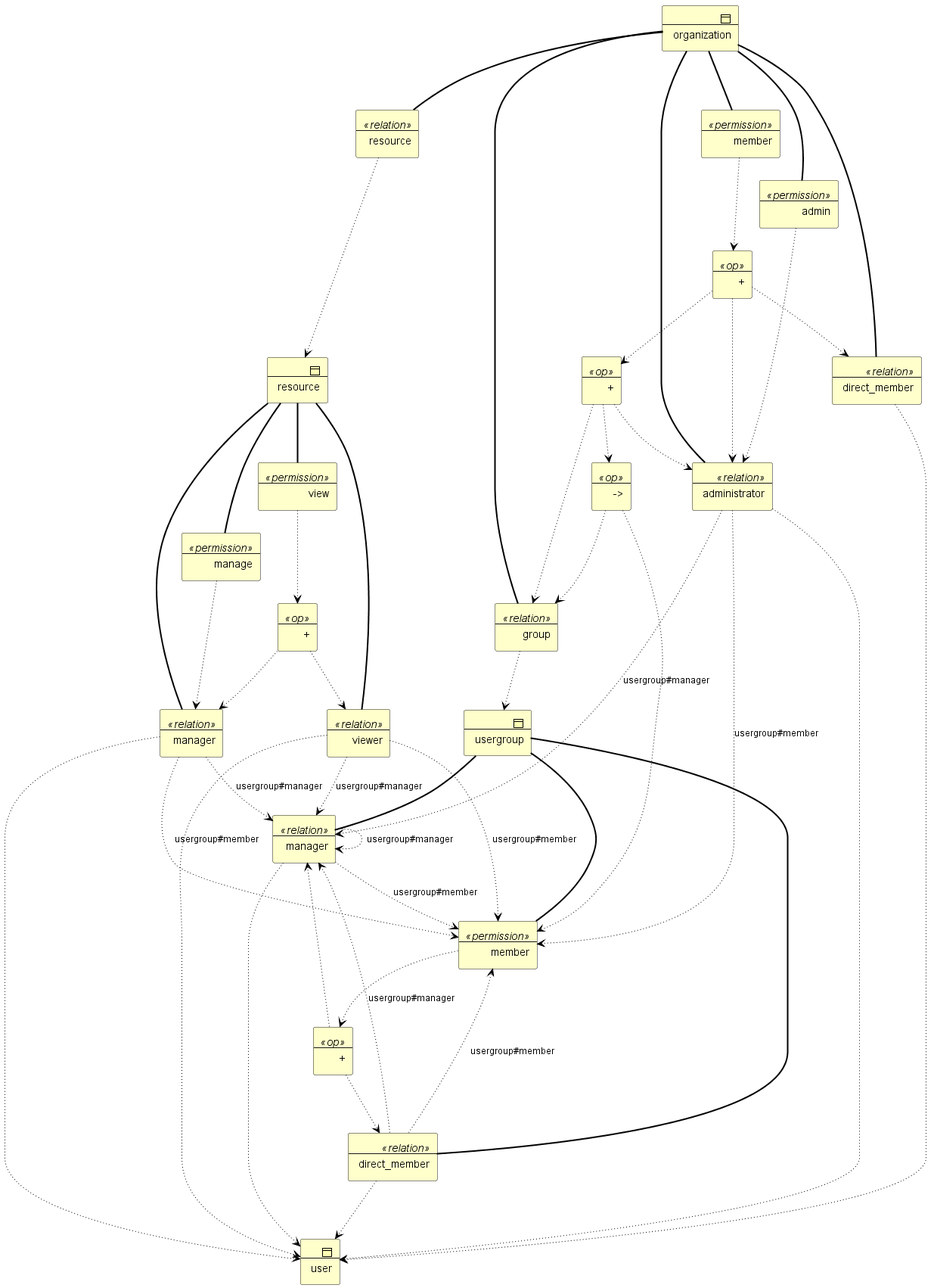
The PlantUML diagram content/posts/34-post/images/zschema10.png in jeandi7/jeandi7blog, before a commit.
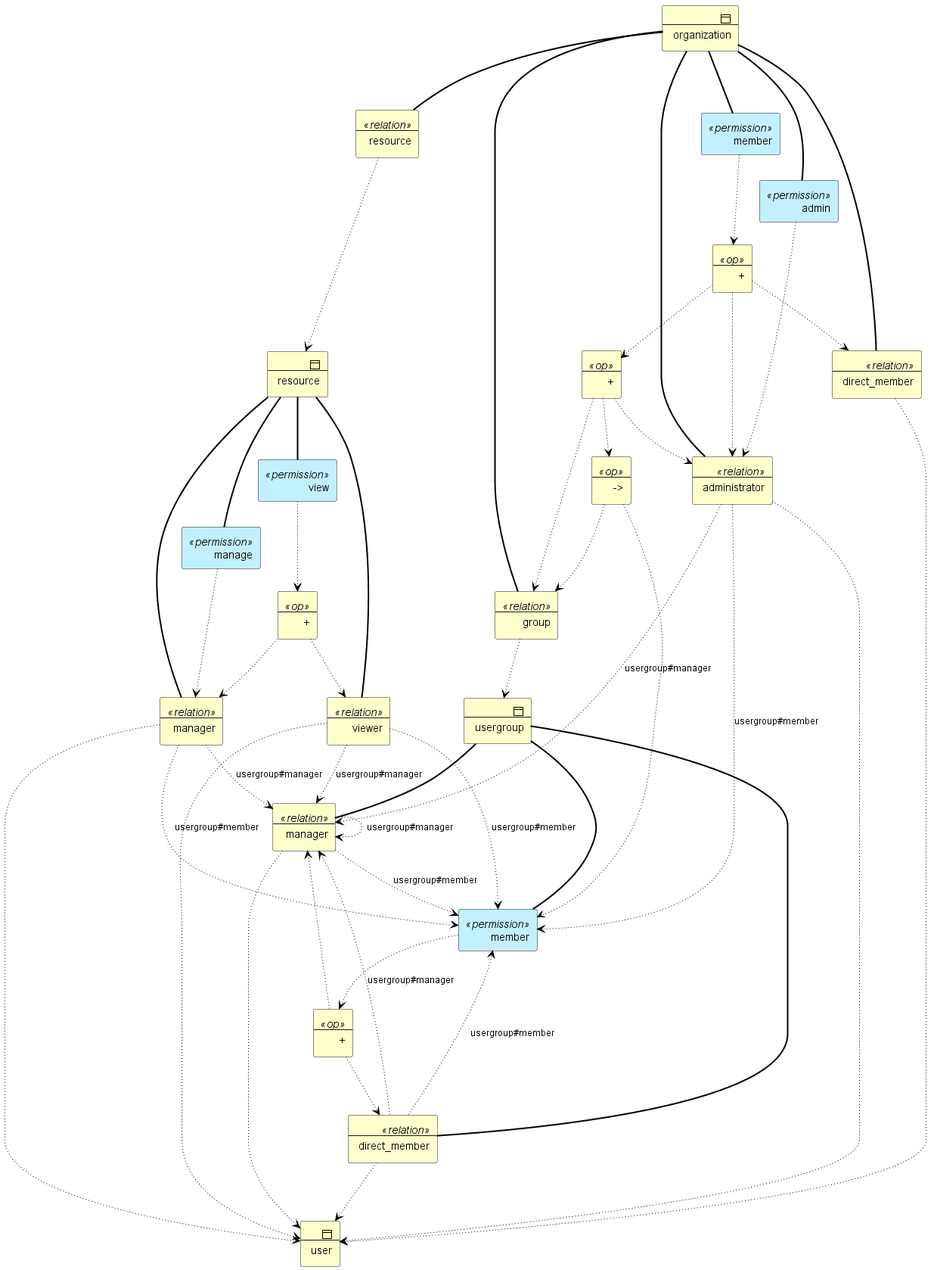
Above is the later version.

Commit message:
blue permission

Change to the diagram source:
```diff
@@ -30,25 +30,25 @@
 Business_Object(r8,"resource") <<relation>>
 Rel_Association(b4,r8)
 Rel_Access_w(r8,b2)
-Business_Object(p1,"manage") <<permission>>
+Application_Service(p1,"manage") <<permission>>
 Rel_Association(b2,p1)
 Rel_Access_w(p1,r1)
-Business_Object(p2,"view") <<permission>>
+Application_Service(p2,"view") <<permission>>
 Rel_Association(b2,p2)
 Business_Object(o1,"+") <<op>>
 Rel_Access_w(p2,o1)
 Rel_Access_w(o1,r2)
 Rel_Access_w(o1,r1)
-Business_Object(p3,"member") <<permission>>
+Application_Service(p3,"member") <<permission>>
 Rel_Association(b3,p3)
 Business_Object(o2,"+") <<op>>
 Rel_Access_w(p3,o2)
 Rel_Access_w(o2,r4)
 Rel_Access_w(o2,r3)
-Business_Object(p4,"admin") <<permission>>
+Application_Service(p4,"admin") <<permission>>
 Rel_Association(b4,p4)
 Rel_Access_w(p4,r6)
-Business_Object(p5,"member") <<permission>>
+Application_Service(p5,"member") <<permission>>
 Rel_Association(b4,p5)
 Business_Object(o3,"+") <<op>>
 Rel_Access_w(p5,o3)
```
